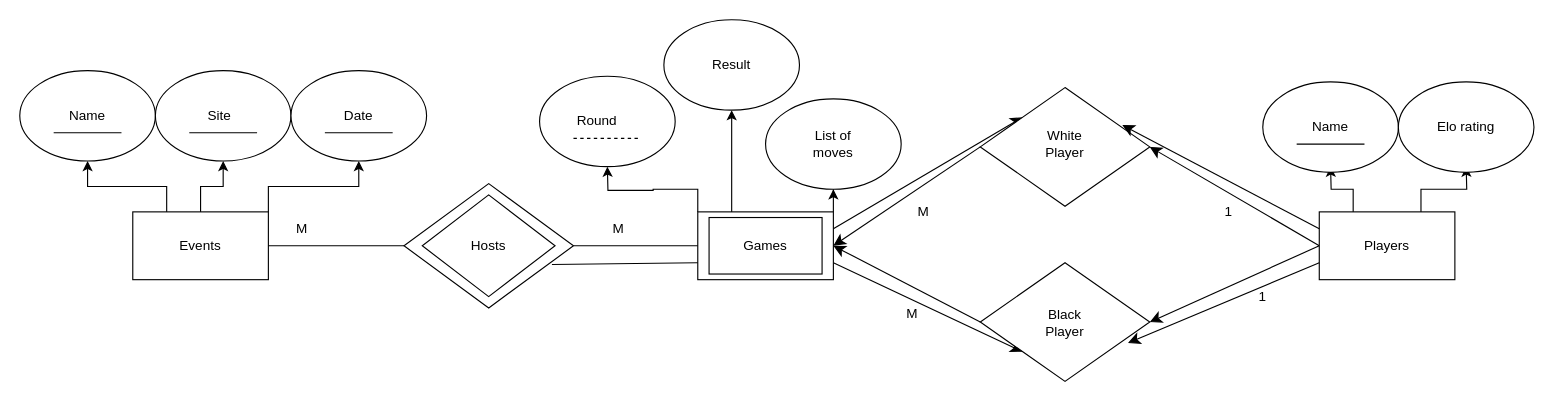
The draw.io diagram ER Models/Homework2/Diagram3.drawio in sepaloscodigos/vigilant-parakeet, before the edit. Source tidied: cells renumbered, new cells numbered last; positions are measured from the earlier drawing's top-left corner, leaving out a move shared by most shapes. Both pictures are drawn from the tidied source at 113%, with x=0, y=0 at pixel (19, 19).
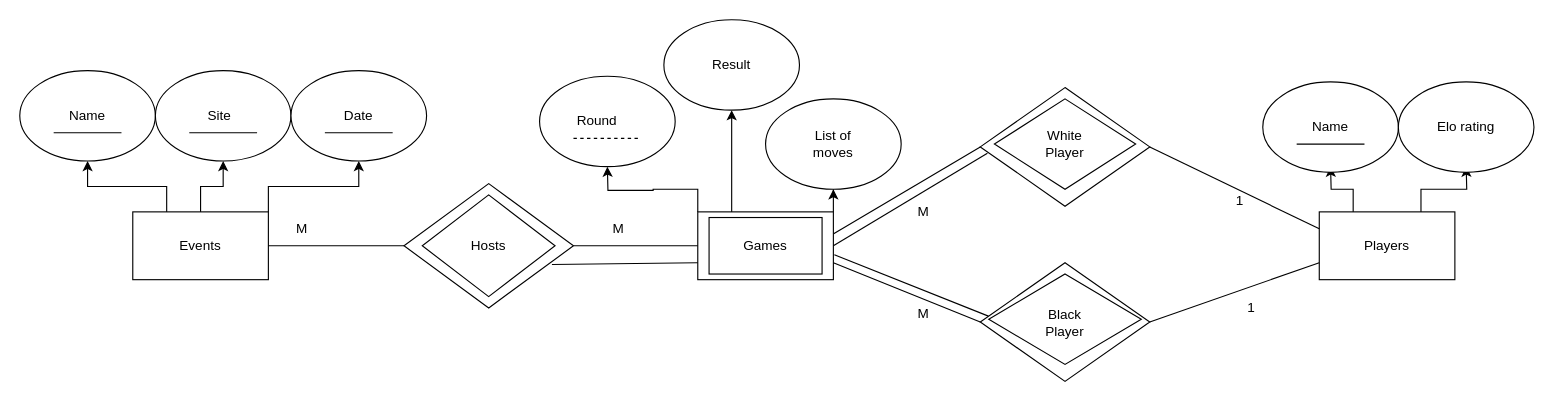
The same page after the edit.

Unchanged cells that the change refers to:
```xml
<mxCell id="6" style="rounded=0;whiteSpace=wrap;html=1;" parent="1" vertex="1">
  <mxGeometry x="1150" y="170" width="120" height="60" as="geometry" />
</mxCell>
<mxCell id="18" style="rounded=0;whiteSpace=wrap;html=1;" parent="1" vertex="1">
  <mxGeometry x="600" y="170" width="120" height="60" as="geometry" />
</mxCell>
```

The edit, as a diff of the source:
```diff
@@
+    <mxCell id="53" style="rhombus;whiteSpace=wrap;html=1;" parent="1" vertex="1">
+      <mxGeometry x="850" y="215" width="150" height="105" as="geometry" />
+    </mxCell>
+    <mxCell id="62" style="rhombus;whiteSpace=wrap;html=1;" parent="1" vertex="1">
+      <mxGeometry x="857.5" y="225" width="135" height="80" as="geometry" />
+    </mxCell>
+    <mxCell id="51" style="rhombus;whiteSpace=wrap;html=1;" parent="1" vertex="1">
+      <mxGeometry x="850" y="60" width="150" height="105" as="geometry" />
+    </mxCell>
+    <mxCell id="63" style="rhombus;whiteSpace=wrap;html=1;" parent="1" vertex="1">
+      <mxGeometry x="862.5" y="70" width="125" height="80" as="geometry" />
+    </mxCell>
@@
-    <mxCell id="4" style="edgeStyle=none;curved=1;rounded=0;jettySize=auto;html=1;entryX=1;entryY=0.5;entryDx=0;entryDy=0;fontSize=12;startSize=8;endSize=8;" parent="1" edge="1" target="51">
-      <mxGeometry relative="1" as="geometry">
-        <mxPoint x="1150" y="200" as="sourcePoint" />
-      </mxGeometry>
-    </mxCell>
-    <mxCell id="5" style="edgeStyle=none;curved=1;rounded=0;jettySize=auto;html=1;exitX=0;exitY=0.5;exitDx=0;exitDy=0;entryX=1;entryY=0.5;entryDx=0;entryDy=0;fontSize=12;startSize=8;endSize=8;" parent="1" edge="1" source="6" target="53">
-      <mxGeometry relative="1" as="geometry" />
-    </mxCell>
@@
-    <mxCell id="16" style="edgeStyle=none;curved=1;rounded=0;jettySize=auto;html=1;exitX=1;exitY=0.25;exitDx=0;exitDy=0;entryX=0;entryY=0;entryDx=0;entryDy=0;fontSize=12;startSize=8;endSize=8;" parent="1" edge="1" source="18" target="51">
-      <mxGeometry relative="1" as="geometry" />
-    </mxCell>
-    <mxCell id="17" style="edgeStyle=none;curved=1;rounded=0;jettySize=auto;html=1;exitX=1;exitY=0.75;exitDx=0;exitDy=0;entryX=0;entryY=1;entryDx=0;entryDy=0;fontSize=12;startSize=8;endSize=8;" parent="1" edge="1" source="18" target="53">
-      <mxGeometry relative="1" as="geometry" />
-    </mxCell>
@@
-    <mxCell id="50" style="edgeStyle=none;curved=1;rounded=0;jettySize=auto;html=1;exitX=0;exitY=0.5;exitDx=0;exitDy=0;entryX=1;entryY=0.5;entryDx=0;entryDy=0;fontSize=12;startSize=8;endSize=8;" parent="1" edge="1" source="51" target="18">
-      <mxGeometry relative="1" as="geometry" />
-    </mxCell>
-    <mxCell id="51" style="rhombus;whiteSpace=wrap;html=1;" parent="1" vertex="1">
-      <mxGeometry x="850" y="60" width="150" height="105" as="geometry" />
-    </mxCell>
-    <mxCell id="52" style="edgeStyle=none;curved=1;rounded=0;jettySize=auto;html=1;exitX=0;exitY=0.5;exitDx=0;exitDy=0;entryX=1;entryY=0.5;entryDx=0;entryDy=0;fontSize=12;startSize=8;endSize=8;" parent="1" edge="1" source="53" target="18">
-      <mxGeometry relative="1" as="geometry" />
-    </mxCell>
-    <mxCell id="53" style="rhombus;whiteSpace=wrap;html=1;" parent="1" vertex="1">
-      <mxGeometry x="850" y="215" width="150" height="105" as="geometry" />
-    </mxCell>
@@
-    <mxCell id="56" style="edgeStyle=none;curved=1;rounded=0;jettySize=auto;html=1;exitX=0;exitY=0.75;exitDx=0;exitDy=0;entryX=0.872;entryY=0.676;entryDx=0;entryDy=0;entryPerimeter=0;fontSize=12;startSize=8;endSize=8;" parent="1" edge="1" source="6" target="53">
-      <mxGeometry relative="1" as="geometry" />
-    </mxCell>
-    <mxCell id="57" style="edgeStyle=none;curved=1;rounded=0;jettySize=auto;html=1;exitX=0;exitY=0.25;exitDx=0;exitDy=0;entryX=0.838;entryY=0.316;entryDx=0;entryDy=0;entryPerimeter=0;fontSize=12;startSize=8;endSize=8;" parent="1" edge="1" source="6" target="51">
-      <mxGeometry relative="1" as="geometry" />
-    </mxCell>
@@
     <mxCell id="59" value="M" style="text;html=1;whiteSpace=wrap;strokeColor=none;fillColor=none;align=center;verticalAlign=middle;rounded=0;" parent="1" vertex="1">
-      <mxGeometry x="760" y="245" width="60" height="30" as="geometry" />
+      <mxGeometry x="770" y="245" width="60" height="30" as="geometry" />
     </mxCell>
     <mxCell id="60" value="1" style="text;html=1;whiteSpace=wrap;strokeColor=none;fillColor=none;align=center;verticalAlign=middle;rounded=0;" parent="1" vertex="1">
-      <mxGeometry x="1040" y="155" width="60" height="30" as="geometry" />
+      <mxGeometry x="1050" y="145" width="60" height="30" as="geometry" />
     </mxCell>
     <mxCell id="61" value="1" style="text;html=1;whiteSpace=wrap;strokeColor=none;fillColor=none;align=center;verticalAlign=middle;rounded=0;" parent="1" vertex="1">
-      <mxGeometry x="1070" y="230" width="60" height="30" as="geometry" />
+      <mxGeometry x="1060" y="240" width="60" height="30" as="geometry" />
     </mxCell>
+    <mxCell id="64" style="endArrow=none;html=1;rounded=0;fontSize=12;startSize=8;endSize=8;curved=1;entryX=0;entryY=0.5;entryDx=0;entryDy=0;exitX=1.002;exitY=0.323;exitDx=0;exitDy=0;exitPerimeter=0;" parent="1" edge="1" source="18" target="51">
+      <mxGeometry relative="1" as="geometry" />
+    </mxCell>
+    <mxCell id="65" style="endArrow=none;html=1;rounded=0;fontSize=12;startSize=8;endSize=8;curved=1;exitX=1;exitY=0.75;exitDx=0;exitDy=0;entryX=0;entryY=0.5;entryDx=0;entryDy=0;" parent="1" edge="1" source="18" target="53">
+      <mxGeometry relative="1" as="geometry" />
+    </mxCell>
+    <mxCell id="66" style="endArrow=none;html=1;rounded=0;fontSize=12;startSize=8;endSize=8;curved=1;entryX=0;entryY=0.25;entryDx=0;entryDy=0;exitX=1;exitY=0.5;exitDx=0;exitDy=0;" parent="1" edge="1" source="51" target="6">
+      <mxGeometry relative="1" as="geometry" />
+    </mxCell>
+    <mxCell id="67" style="endArrow=none;html=1;rounded=0;fontSize=12;startSize=8;endSize=8;curved=1;entryX=0;entryY=0.75;entryDx=0;entryDy=0;exitX=1;exitY=0.5;exitDx=0;exitDy=0;" parent="1" edge="1" source="53" target="6">
+      <mxGeometry relative="1" as="geometry" />
+    </mxCell>
+    <mxCell id="68" style="endArrow=none;html=1;rounded=0;fontSize=12;startSize=8;endSize=8;curved=1;exitX=1;exitY=0.5;exitDx=0;exitDy=0;entryX=0.042;entryY=0.554;entryDx=0;entryDy=0;entryPerimeter=0;" parent="1" edge="1" source="18" target="51">
+      <mxGeometry relative="1" as="geometry" />
+    </mxCell>
+    <mxCell id="69" style="endArrow=none;html=1;rounded=0;fontSize=12;startSize=8;endSize=8;curved=1;exitX=1.007;exitY=0.631;exitDx=0;exitDy=0;exitPerimeter=0;entryX=0.048;entryY=0.45;entryDx=0;entryDy=0;entryPerimeter=0;" parent="1" edge="1" source="18" target="53">
+      <mxGeometry relative="1" as="geometry" />
+    </mxCell>
```
